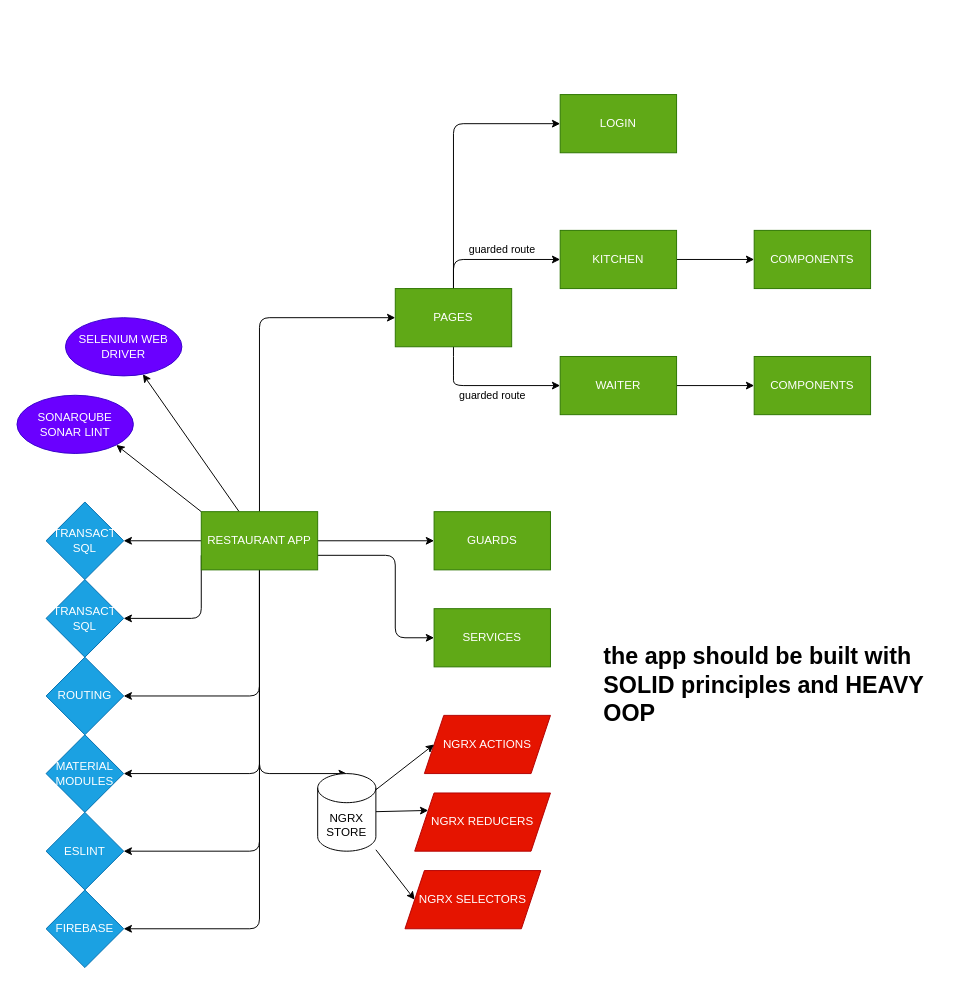
Earlier version of the draw.io diagram architecture.drawio (JasonAtos/cursoAngular). Source tidied: cells renumbered, new cells numbered last; positions are measured from the earlier drawing's top-left corner, leaving out a move shared by most shapes. Both pictures are drawn from the tidied source at 97%, with x=0, y=0 at pixel (16, 94).
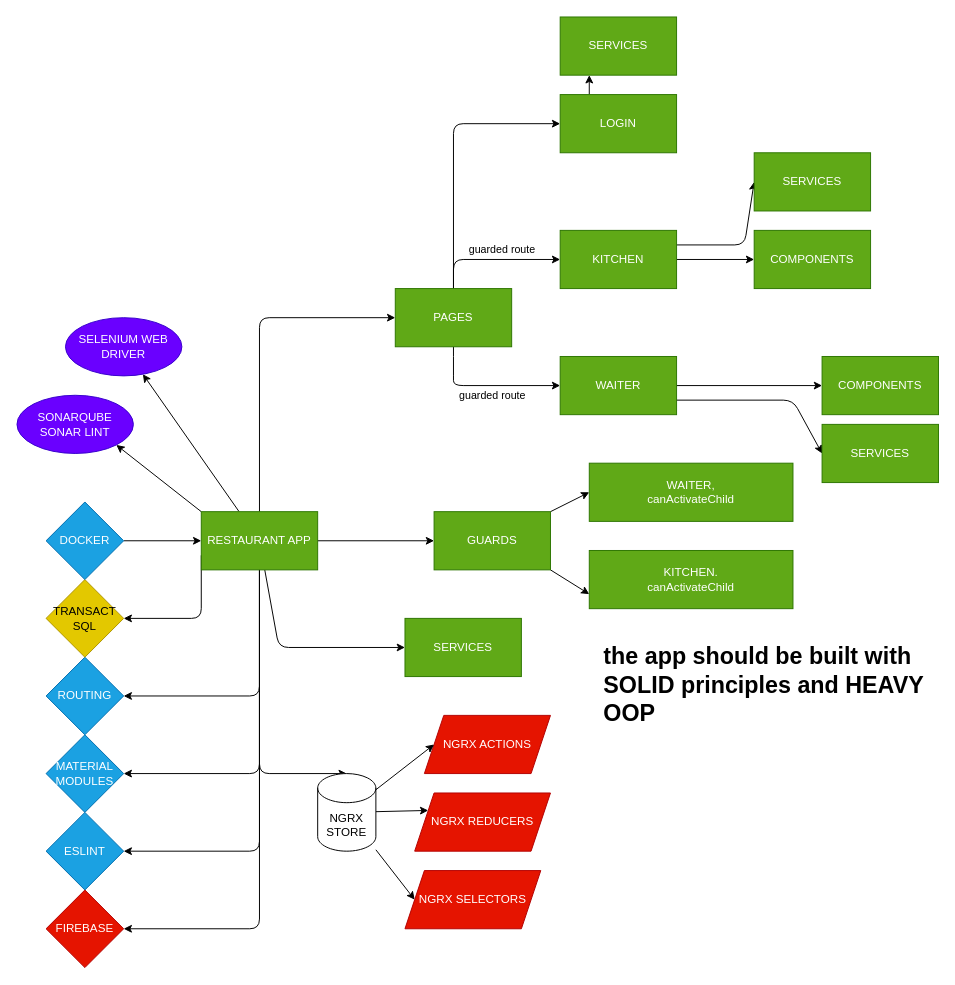
The same page after the edit.

Unchanged cells that the change refers to:
```xml
<mxCell id="14" value="RESTAURANT APP" style="rounded=0;whiteSpace=wrap;html=1;fillColor=#60a917;fontColor=#ffffff;strokeColor=#2D7600;" parent="1" vertex="1">
  <mxGeometry x="190" y="430" width="120" height="60" as="geometry" />
</mxCell>
<mxCell id="20" value="KITCHEN" style="rounded=0;whiteSpace=wrap;html=1;fillColor=#60a917;fontColor=#ffffff;strokeColor=#2D7600;" parent="1" vertex="1">
  <mxGeometry x="560" y="140" width="120" height="60" as="geometry" />
</mxCell>
<mxCell id="22" value="WAITER" style="rounded=0;whiteSpace=wrap;html=1;fillColor=#60a917;fontColor=#ffffff;strokeColor=#2D7600;" parent="1" vertex="1">
  <mxGeometry x="560" y="270" width="120" height="60" as="geometry" />
</mxCell>
<mxCell id="23" value="GUARDS" style="rounded=0;whiteSpace=wrap;html=1;fillColor=#60a917;fontColor=#ffffff;strokeColor=#2D7600;" parent="1" vertex="1">
  <mxGeometry x="430" y="430" width="120" height="60" as="geometry" />
</mxCell>
<mxCell id="24" value="LOGIN" style="rounded=0;whiteSpace=wrap;html=1;fillColor=#60a917;fontColor=#ffffff;strokeColor=#2D7600;" parent="1" vertex="1">
  <mxGeometry x="560" width="120" height="60" as="geometry" />
</mxCell>
```

What changed in the source:
```diff
@@
-    <mxCell id="7" style="edgeStyle=none;html=1;exitX=1;exitY=0.75;exitDx=0;exitDy=0;entryX=0;entryY=0.5;entryDx=0;entryDy=0;" parent="1" edge="1" source="14" target="30">
-      <mxGeometry relative="1" as="geometry">
-        <Array as="points">
-          <mxPoint x="390" y="475" />
-          <mxPoint x="390" y="560" />
-        </Array>
-      </mxGeometry>
-    </mxCell>
@@
-    <mxCell id="10" style="edgeStyle=none;html=1;entryX=1;entryY=0.5;entryDx=0;entryDy=0;" parent="1" edge="1" source="14" target="33">
-      <mxGeometry relative="1" as="geometry" />
-    </mxCell>
@@
+    <mxCell id="44" style="edgeStyle=none;html=1;entryX=0;entryY=0.5;entryDx=0;entryDy=0;" parent="1" edge="1" source="14" target="57">
+      <mxGeometry relative="1" as="geometry">
+        <Array as="points">
+          <mxPoint x="270" y="570" />
+        </Array>
+      </mxGeometry>
+    </mxCell>
@@
+    <mxCell id="45" style="edgeStyle=none;html=1;exitX=1;exitY=0.25;exitDx=0;exitDy=0;entryX=0;entryY=0.5;entryDx=0;entryDy=0;" parent="1" edge="1" source="20" target="54">
+      <mxGeometry relative="1" as="geometry">
+        <Array as="points">
+          <mxPoint x="750" y="155" />
+        </Array>
+      </mxGeometry>
+    </mxCell>
@@
+    <mxCell id="46" style="edgeStyle=none;html=1;exitX=1;exitY=0.75;exitDx=0;exitDy=0;entryX=0;entryY=0.5;entryDx=0;entryDy=0;" parent="1" edge="1" source="22" target="55">
+      <mxGeometry relative="1" as="geometry">
+        <Array as="points">
+          <mxPoint x="800" y="315" />
+        </Array>
+      </mxGeometry>
+    </mxCell>
@@
+    <mxCell id="47" style="edgeStyle=none;html=1;entryX=0;entryY=0.5;entryDx=0;entryDy=0;" parent="1" edge="1" source="23" target="52">
+      <mxGeometry relative="1" as="geometry" />
+    </mxCell>
+    <mxCell id="48" style="edgeStyle=none;html=1;exitX=1;exitY=1;exitDx=0;exitDy=0;entryX=0;entryY=0.75;entryDx=0;entryDy=0;" parent="1" edge="1" source="23" target="53">
+      <mxGeometry relative="1" as="geometry" />
+    </mxCell>
@@
+    <mxCell id="49" style="edgeStyle=none;html=1;exitX=0.25;exitY=0;exitDx=0;exitDy=0;entryX=0.25;entryY=1;entryDx=0;entryDy=0;" parent="1" edge="1" source="24" target="56">
+      <mxGeometry relative="1" as="geometry" />
+    </mxCell>
@@
     <mxCell id="25" value="COMPONENTS" style="whiteSpace=wrap;html=1;fillColor=#60a917;strokeColor=#2D7600;fontColor=#ffffff;rounded=0;" parent="1" vertex="1">
-      <mxGeometry x="760" y="270" width="120" height="60" as="geometry" />
+      <mxGeometry x="830" y="270" width="120" height="60" as="geometry" />
     </mxCell>
@@
-    <mxCell id="30" value="SERVICES" style="rounded=0;whiteSpace=wrap;html=1;fillColor=#60a917;fontColor=#ffffff;strokeColor=#2D7600;" parent="1" vertex="1">
-      <mxGeometry x="430" y="530" width="120" height="60" as="geometry" />
-    </mxCell>
@@
-    <mxCell id="33" value="TRANSACT SQL" style="rhombus;whiteSpace=wrap;html=1;fillColor=#1ba1e2;strokeColor=#006EAF;fontColor=#ffffff;rounded=0;" parent="1" vertex="1">
-      <mxGeometry x="30" y="420" width="80" height="80" as="geometry" />
-    </mxCell>
-    <mxCell id="34" value="TRANSACT SQL" style="rhombus;whiteSpace=wrap;html=1;fillColor=#1ba1e2;strokeColor=#006EAF;fontColor=#ffffff;rounded=0;" parent="1" vertex="1">
+    <mxCell id="34" value="TRANSACT SQL" style="rhombus;whiteSpace=wrap;html=1;fillColor=#e3c800;strokeColor=#B09500;fontColor=#000000;rounded=0;" parent="1" vertex="1">
       <mxGeometry x="30" y="500" width="80" height="80" as="geometry" />
     </mxCell>
-    <mxCell id="35" value="FIREBASE" style="rhombus;whiteSpace=wrap;html=1;fillColor=#1ba1e2;strokeColor=#006EAF;fontColor=#ffffff;rounded=0;" parent="1" vertex="1">
+    <mxCell id="35" value="FIREBASE" style="rhombus;whiteSpace=wrap;html=1;fillColor=#e51400;strokeColor=#B20000;fontColor=#ffffff;rounded=0;" parent="1" vertex="1">
       <mxGeometry x="30" y="820" width="80" height="80" as="geometry" />
     </mxCell>
@@
+    <mxCell id="50" style="edgeStyle=none;html=1;entryX=0;entryY=0.5;entryDx=0;entryDy=0;" parent="1" edge="1" source="51" target="14">
+      <mxGeometry relative="1" as="geometry" />
+    </mxCell>
+    <mxCell id="51" value="DOCKER" style="rhombus;whiteSpace=wrap;html=1;fillColor=#1ba1e2;strokeColor=#006EAF;fontColor=#ffffff;rounded=0;" parent="1" vertex="1">
+      <mxGeometry x="30" y="420" width="80" height="80" as="geometry" />
+    </mxCell>
+    <mxCell id="52" value="WAITER,&lt;br&gt;canActivateChild" style="rounded=0;whiteSpace=wrap;html=1;fillColor=#60a917;fontColor=#ffffff;strokeColor=#2D7600;" parent="1" vertex="1">
+      <mxGeometry x="590" y="380" width="210" height="60" as="geometry" />
+    </mxCell>
+    <mxCell id="53" value="KITCHEN.&lt;br&gt;canActivateChild" style="rounded=0;whiteSpace=wrap;html=1;fillColor=#60a917;fontColor=#ffffff;strokeColor=#2D7600;" parent="1" vertex="1">
+      <mxGeometry x="590" y="470" width="210" height="60" as="geometry" />
+    </mxCell>
+    <mxCell id="54" value="SERVICES" style="rounded=0;whiteSpace=wrap;html=1;fillColor=#60a917;fontColor=#ffffff;strokeColor=#2D7600;" parent="1" vertex="1">
+      <mxGeometry x="760" y="60" width="120" height="60" as="geometry" />
+    </mxCell>
+    <mxCell id="55" value="SERVICES" style="rounded=0;whiteSpace=wrap;html=1;fillColor=#60a917;fontColor=#ffffff;strokeColor=#2D7600;" parent="1" vertex="1">
+      <mxGeometry x="830" y="340" width="120" height="60" as="geometry" />
+    </mxCell>
+    <mxCell id="56" value="SERVICES" style="rounded=0;whiteSpace=wrap;html=1;fillColor=#60a917;fontColor=#ffffff;strokeColor=#2D7600;" parent="1" vertex="1">
+      <mxGeometry x="560" y="-80" width="120" height="60" as="geometry" />
+    </mxCell>
+    <mxCell id="57" value="SERVICES" style="rounded=0;whiteSpace=wrap;html=1;fillColor=#60a917;fontColor=#ffffff;strokeColor=#2D7600;" parent="1" vertex="1">
+      <mxGeometry x="400" y="540" width="120" height="60" as="geometry" />
+    </mxCell>
```
